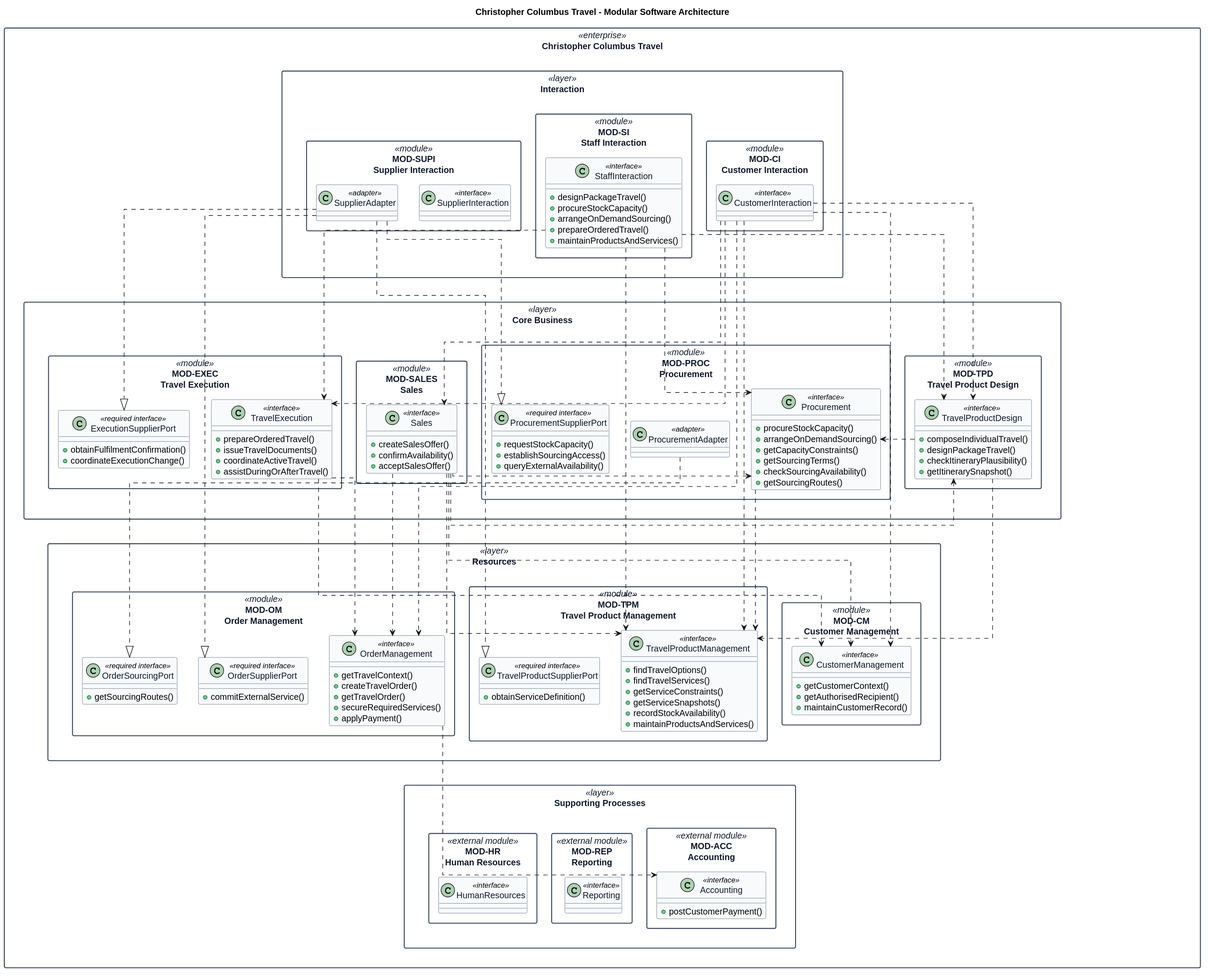
Earlier version of the PlantUML export docs/architecture/software-architecture/modules.svg (hochschule-darmstadt/a3se_app). Source of this version:
```plantuml
@startuml
title Christopher Columbus Travel - Modular Software Architecture

top to bottom direction
skinparam shadowing false
skinparam packageStyle rectangle
skinparam linetype ortho
skinparam package {
  BackgroundColor White
  BorderColor #334155
  FontColor #0F172A
}
skinparam class {
  BackgroundColor #F8FAFC
  BorderColor #475569
  FontColor #0F172A
}

package "Christopher Columbus Travel" <<enterprise>> {
  package "Interaction" as InteractionLayer <<layer>> {
    package "MOD-CI\nCustomer Interaction" <<module>> {
      class CustomerInteraction <<interface>>
    }
    package "MOD-SI\nStaff Interaction" <<module>> {
      class StaffInteraction <<interface>> {
        +designPackageTravel()
        +procureStockCapacity()
        +arrangeOnDemandSourcing()
        +prepareOrderedTravel()
        +maintainProductsAndServices()
      }
    }
    package "MOD-SUPI\nSupplier Interaction" <<module>> {
      class SupplierInteraction <<interface>>
      class SupplierAdapter <<adapter>>
    }
    StaffInteraction -[hidden]right- CustomerInteraction
    SupplierInteraction -[hidden]right- StaffInteraction
  }

  package "Core Business" as CoreBusinessLayer <<layer>> {
    package "MOD-TPD\nTravel Product Design" <<module>> {
      class TravelProductDesign <<interface>> {
        +composeIndividualTravel()
        +designPackageTravel()
        +checkItineraryPlausibility()
        +getItinerarySnapshot()
      }
    }
    package "MOD-PROC\nProcurement" <<module>> {
      class Procurement <<interface>> {
        +procureStockCapacity()
        +arrangeOnDemandSourcing()
        +getCapacityConstraints()
        +getSourcingTerms()
        +checkSourcingAvailability()
        +getSourcingRoutes()
      }
      class ProcurementAdapter <<adapter>>
      class ProcurementSupplierPort <<required interface>> {
        +requestStockCapacity()
        +establishSourcingAccess()
        +queryExternalAvailability()
      }
    }
    package "MOD-SALES\nSales" <<module>> {
      class Sales <<interface>> {
        +createSalesOffer()
        +confirmAvailability()
        +acceptSalesOffer()
      }
    }
    package "MOD-EXEC\nTravel Execution" <<module>> {
      class TravelExecution <<interface>> {
        +prepareOrderedTravel()
        +issueTravelDocuments()
        +coordinateActiveTravel()
        +assistDuringOrAfterTravel()
      }
      class ExecutionSupplierPort <<required interface>> {
        +obtainFulfilmentConfirmation()
        +coordinateExecutionChange()
      }
    }
    Procurement -[hidden]right- TravelProductDesign
    Sales -[hidden]right- Procurement
    TravelExecution -[hidden]right- Sales
  }

  package "Resources" as ResourcesLayer <<layer>> {
    package "MOD-CM\nCustomer Management" <<module>> {
      class CustomerManagement <<interface>> {
        +getCustomerContext()
        +getAuthorisedRecipient()
        +maintainCustomerRecord()
      }
    }
    package "MOD-TPM\nTravel Product Management" <<module>> {
      class TravelProductManagement <<interface>> {
        +findTravelOptions()
        +findTravelServices()
        +getServiceConstraints()
        +getServiceSnapshots()
        +recordStockAvailability()
        +maintainProductsAndServices()
      }
      class TravelProductSupplierPort <<required interface>> {
        +obtainServiceDefinition()
      }
    }
    package "MOD-OM\nOrder Management" <<module>> {
      class OrderManagement <<interface>> {
        +getTravelContext()
        +createTravelOrder()
        +getTravelOrder()
        +secureRequiredServices()
        +applyPayment()
      }
      class OrderSupplierPort <<required interface>> {
        +commitExternalService()
      }
      class OrderSourcingPort <<required interface>> {
        +getSourcingRoutes()
      }
    }
    TravelProductManagement -[hidden]right- CustomerManagement
    OrderManagement -[hidden]right- TravelProductManagement
  }

  package "Supporting Processes" as SupportingProcessesLayer <<layer>> {
    package "MOD-ACC\nAccounting" <<external module>> {
      class Accounting <<interface>> {
        +postCustomerPayment()
      }
    }
    package "MOD-REP\nReporting" <<external module>> {
      class Reporting <<interface>>
    }
    package "MOD-HR\nHuman Resources" <<external module>> {
      class HumanResources <<interface>>
    }
    Reporting -[hidden]right- Accounting
    HumanResources -[hidden]right- Reporting
  }

  InteractionLayer -[hidden]down- CoreBusinessLayer
  CoreBusinessLayer -[hidden]down- ResourcesLayer
  ResourcesLayer -[hidden]down- SupportingProcessesLayer

  CustomerInteraction -[hidden]down- TravelProductDesign
  StaffInteraction -[hidden]down- Procurement
  SupplierInteraction -[hidden]down- TravelExecution

  TravelProductDesign -[hidden]down- CustomerManagement
  Procurement -[hidden]down- TravelProductManagement
  TravelExecution -[hidden]down- OrderManagement

  CustomerManagement -[hidden]down- Accounting
  TravelProductManagement -[hidden]down- Reporting
  OrderManagement -[hidden]down- HumanResources

  CustomerInteraction .[norank].> TravelProductDesign
  CustomerInteraction .[norank].> Sales
  CustomerInteraction .[norank].> TravelExecution
  CustomerInteraction .[norank].> CustomerManagement
  CustomerInteraction .[norank].> TravelProductManagement
  CustomerInteraction .[norank].> OrderManagement

  StaffInteraction .[norank].> TravelProductDesign
  StaffInteraction .[norank].> Procurement
  StaffInteraction .[norank].> TravelExecution
  StaffInteraction .[norank].> TravelProductManagement

  TravelExecution .[norank].> OrderManagement
  TravelExecution .[norank].> CustomerManagement

  Sales .[norank].> CustomerManagement
  Sales .[norank].> TravelProductDesign
  Sales .[norank].> Procurement
  Sales .[norank].> TravelProductManagement
  Sales .[norank].> OrderManagement

  TravelProductDesign .[norank].> Procurement
  TravelProductDesign .[norank].> TravelProductManagement

  OrderManagement .[norank].> Accounting

  Procurement .[norank].> TravelProductManagement
  SupplierAdapter .[norank].|> ProcurementSupplierPort
  SupplierAdapter .[norank].|> ExecutionSupplierPort
  SupplierAdapter .[norank].|> TravelProductSupplierPort
  SupplierAdapter .[norank].|> OrderSupplierPort
  ProcurementAdapter .[norank].|> OrderSourcingPort
}
@enduml
```
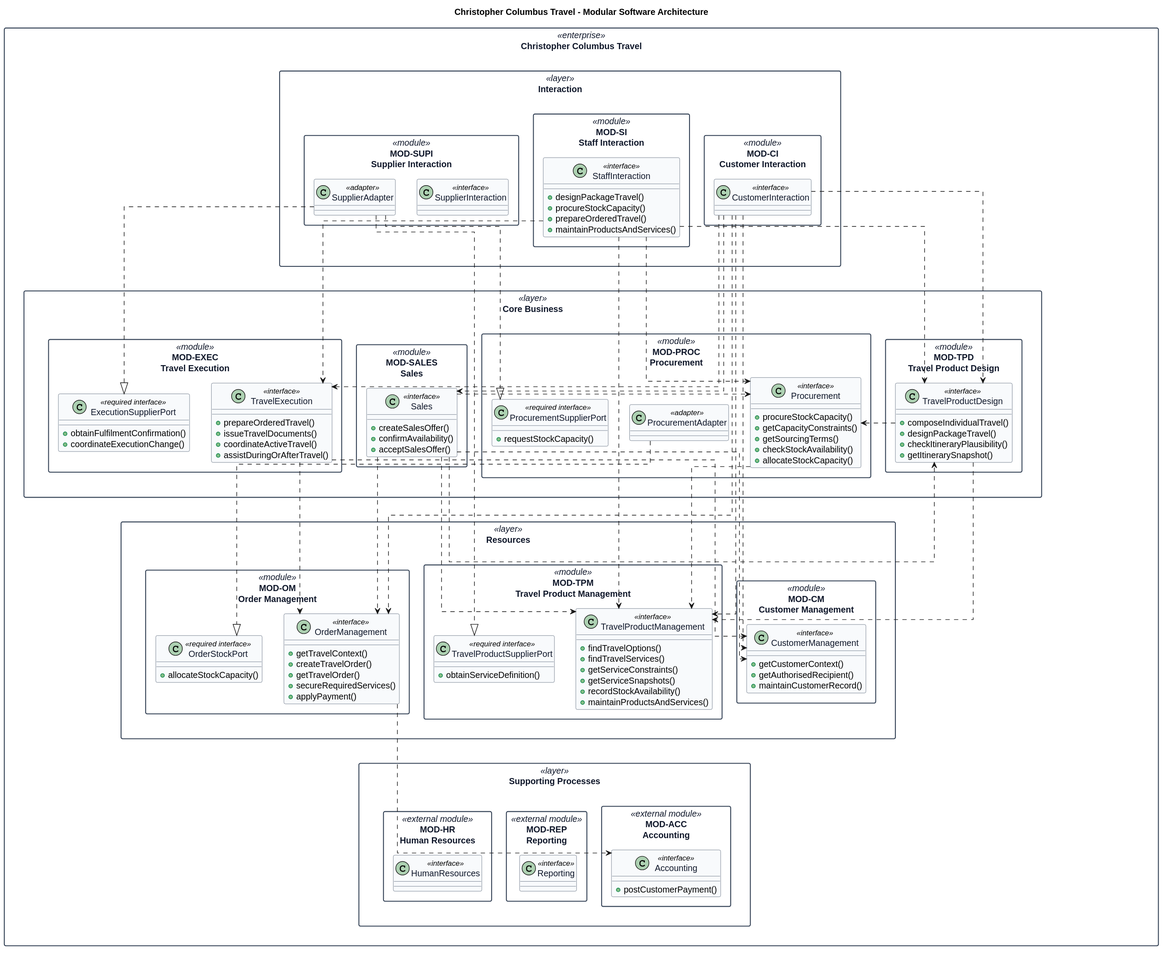
The same diagram one commit later.

Diff of the diagram source:
```diff
@@ -25,7 +25,6 @@
       class StaffInteraction <<interface>> {
         +designPackageTravel()
         +procureStockCapacity()
-        +arrangeOnDemandSourcing()
         +prepareOrderedTravel()
         +maintainProductsAndServices()
       }
@@ -50,17 +49,14 @@
     package "MOD-PROC\nProcurement" <<module>> {
       class Procurement <<interface>> {
         +procureStockCapacity()
-        +arrangeOnDemandSourcing()
         +getCapacityConstraints()
         +getSourcingTerms()
-        +checkSourcingAvailability()
-        +getSourcingRoutes()
+        +checkStockAvailability()
+        +allocateStockCapacity()
       }
       class ProcurementAdapter <<adapter>>
       class ProcurementSupplierPort <<required interface>> {
         +requestStockCapacity()
-        +establishSourcingAccess()
-        +queryExternalAvailability()
       }
     }
     package "MOD-SALES\nSales" <<module>> {
@@ -116,11 +112,8 @@
         +secureRequiredServices()
         +applyPayment()
       }
-      class OrderSupplierPort <<required interface>> {
-        +commitExternalService()
-      }
-      class OrderSourcingPort <<required interface>> {
-        +getSourcingRoutes()
+      class OrderStockPort <<required interface>> {
+        +allocateStockCapacity()
       }
     }
     TravelProductManagement -[hidden]right- CustomerManagement
@@ -189,7 +182,6 @@
   SupplierAdapter .[norank].|> ProcurementSupplierPort
   SupplierAdapter .[norank].|> ExecutionSupplierPort
   SupplierAdapter .[norank].|> TravelProductSupplierPort
-  SupplierAdapter .[norank].|> OrderSupplierPort
-  ProcurementAdapter .[norank].|> OrderSourcingPort
+  ProcurementAdapter .[norank].|> OrderStockPort
 }
 @enduml
```
